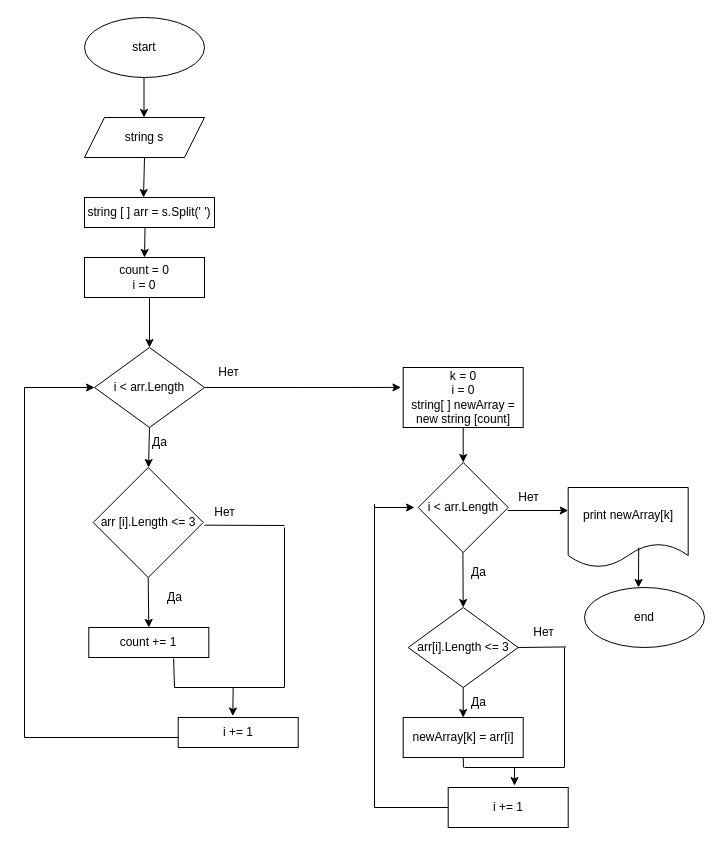
TatianaSenatorova/ControlWork keeps this draw.io diagram as Scheme.drawio. Above is the earlier version. Source tidied: cells renumbered, new cells numbered last; positions are measured from the earlier drawing's top-left corner, leaving out a move shared by most shapes. Both pictures are drawn from the tidied source at 100%, with x=0, y=0 at pixel (24, 17).
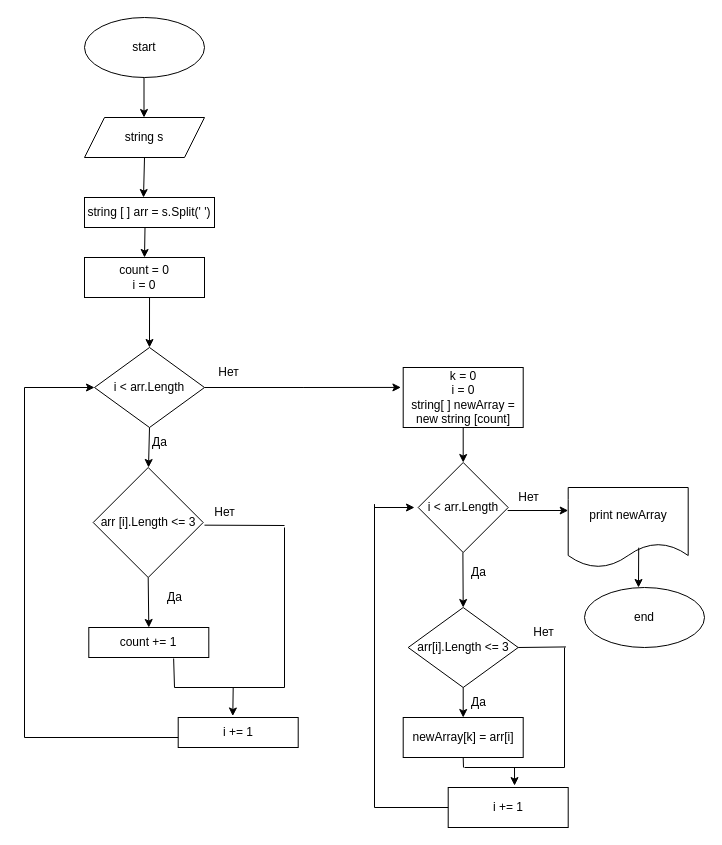
The same page after the edit.

The edit, as a diff of the source:
```diff
@@
-    <mxCell id="50" value="print newArray[k]" style="shape=document;whiteSpace=wrap;html=1;boundedLbl=1;" parent="1" vertex="1">
+    <mxCell id="50" value="print newArray" style="shape=document;whiteSpace=wrap;html=1;boundedLbl=1;" parent="1" vertex="1">
       <mxGeometry x="543.7" y="470" width="120" height="80" as="geometry" />
     </mxCell>
```
